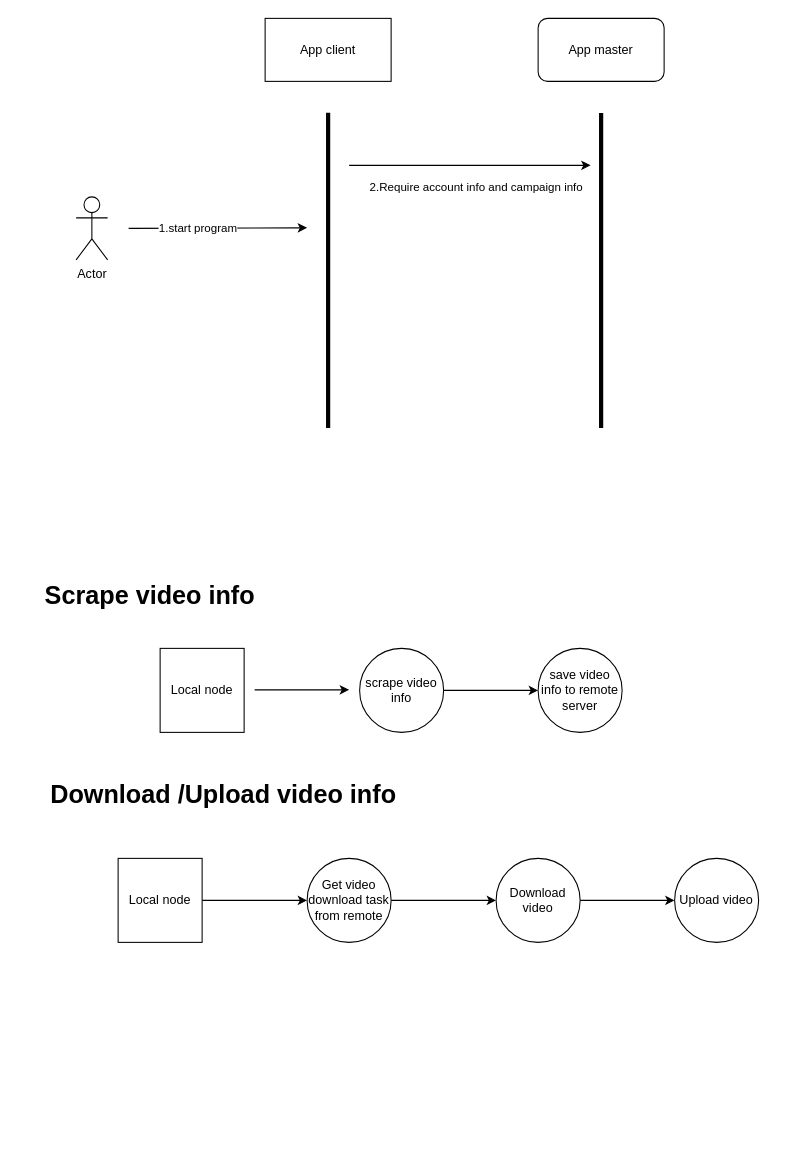
Earlier version of the draw.io diagram doc/youtube.drawio (robertzengcn/social-marketing). Source tidied: cells renumbered, new cells numbered last; positions are measured from the earlier drawing's top-left corner, leaving out a move shared by most shapes. Both pictures are drawn from the tidied source at 105%, with x=0, y=0 at pixel (76, 18).
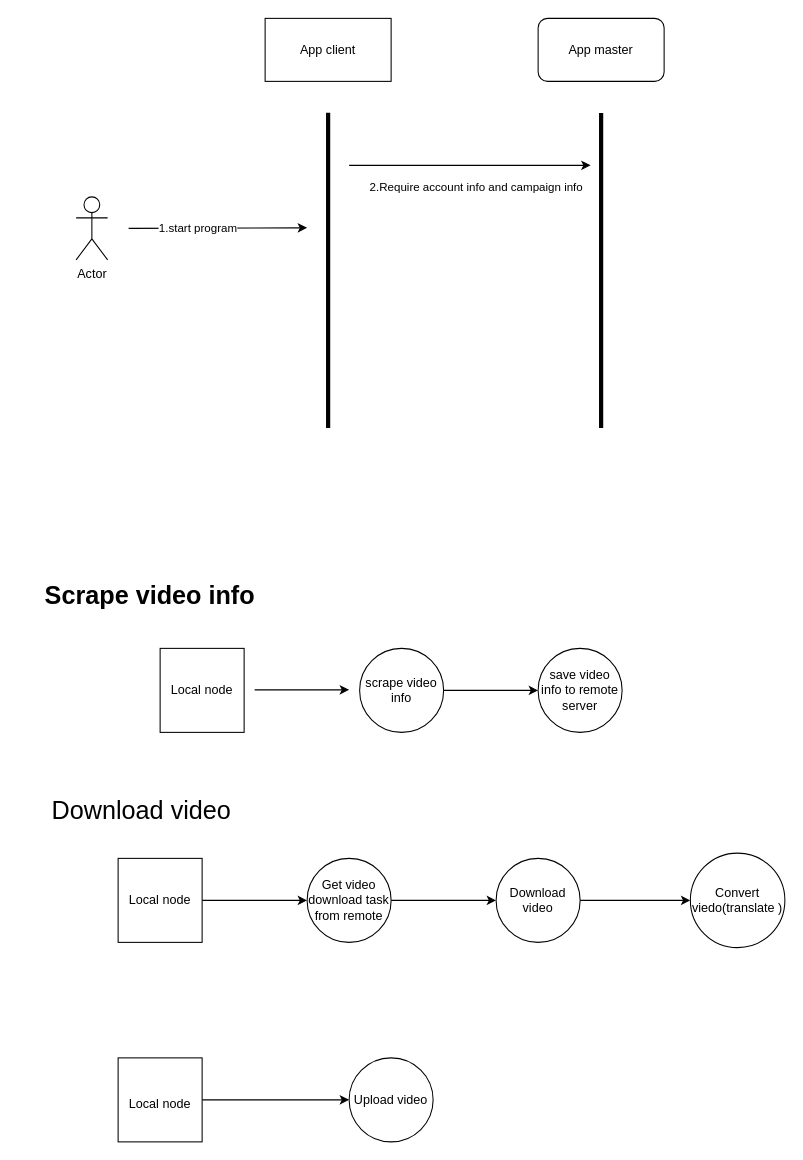
The same page after the edit.

Unchanged cells that the change refers to:
```xml
<mxCell id="23" value="Download video" style="ellipse;whiteSpace=wrap;html=1;" parent="1" vertex="1">
  <mxGeometry x="400" y="800" width="80" height="80" as="geometry" />
</mxCell>
```

Diff of the diagram source:
```diff
@@
-    <mxCell id="17" value="Download /Upload video info" style="text;strokeColor=none;fillColor=none;html=1;fontSize=24;fontStyle=1;verticalAlign=middle;align=center;" parent="1" vertex="1">
-      <mxGeometry x="90" y="720" width="100" height="40" as="geometry" />
-    </mxCell>
@@
-    <mxCell id="22" style="edgeStyle=none;html=1;exitX=1;exitY=0.5;exitDx=0;exitDy=0;" parent="1" edge="1" source="23" target="24">
-      <mxGeometry relative="1" as="geometry" />
-    </mxCell>
+    <mxCell id="25" style="edgeStyle=none;html=1;exitX=1;exitY=0.5;exitDx=0;exitDy=0;" parent="1" edge="1" source="23" target="22">
+      <mxGeometry relative="1" as="geometry" />
+    </mxCell>
@@
     <mxCell id="24" value="Upload video" style="ellipse;whiteSpace=wrap;html=1;" parent="1" vertex="1">
-      <mxGeometry x="570" y="800" width="80" height="80" as="geometry" />
+      <mxGeometry x="260" y="990" width="80" height="80" as="geometry" />
     </mxCell>
+    <mxCell id="22" value="Convert viedo(translate&amp;nbsp;)" style="ellipse;whiteSpace=wrap;html=1;" parent="1" vertex="1">
+      <mxGeometry x="585" y="795" width="90" height="90" as="geometry" />
+    </mxCell>
+    <mxCell id="26" value="&lt;font style=&quot;font-size: 24px;&quot;&gt;Download video&lt;/font&gt;" style="text;html=1;strokeColor=none;fillColor=none;align=center;verticalAlign=middle;whiteSpace=wrap;rounded=0;" parent="1" vertex="1">
+      <mxGeometry x="-55" y="740" width="235" height="30" as="geometry" />
+    </mxCell>
+    <mxCell id="27" style="edgeStyle=none;html=1;exitX=1;exitY=0.5;exitDx=0;exitDy=0;entryX=0;entryY=0.5;entryDx=0;entryDy=0;fontSize=12;" parent="1" edge="1" source="28" target="24">
+      <mxGeometry relative="1" as="geometry" />
+    </mxCell>
+    <mxCell id="28" value="&lt;font style=&quot;font-size: 12px;&quot;&gt;Local node&lt;/font&gt;" style="whiteSpace=wrap;html=1;fontSize=24;" parent="1" vertex="1">
+      <mxGeometry x="40" y="990" width="80" height="80" as="geometry" />
+    </mxCell>
```
